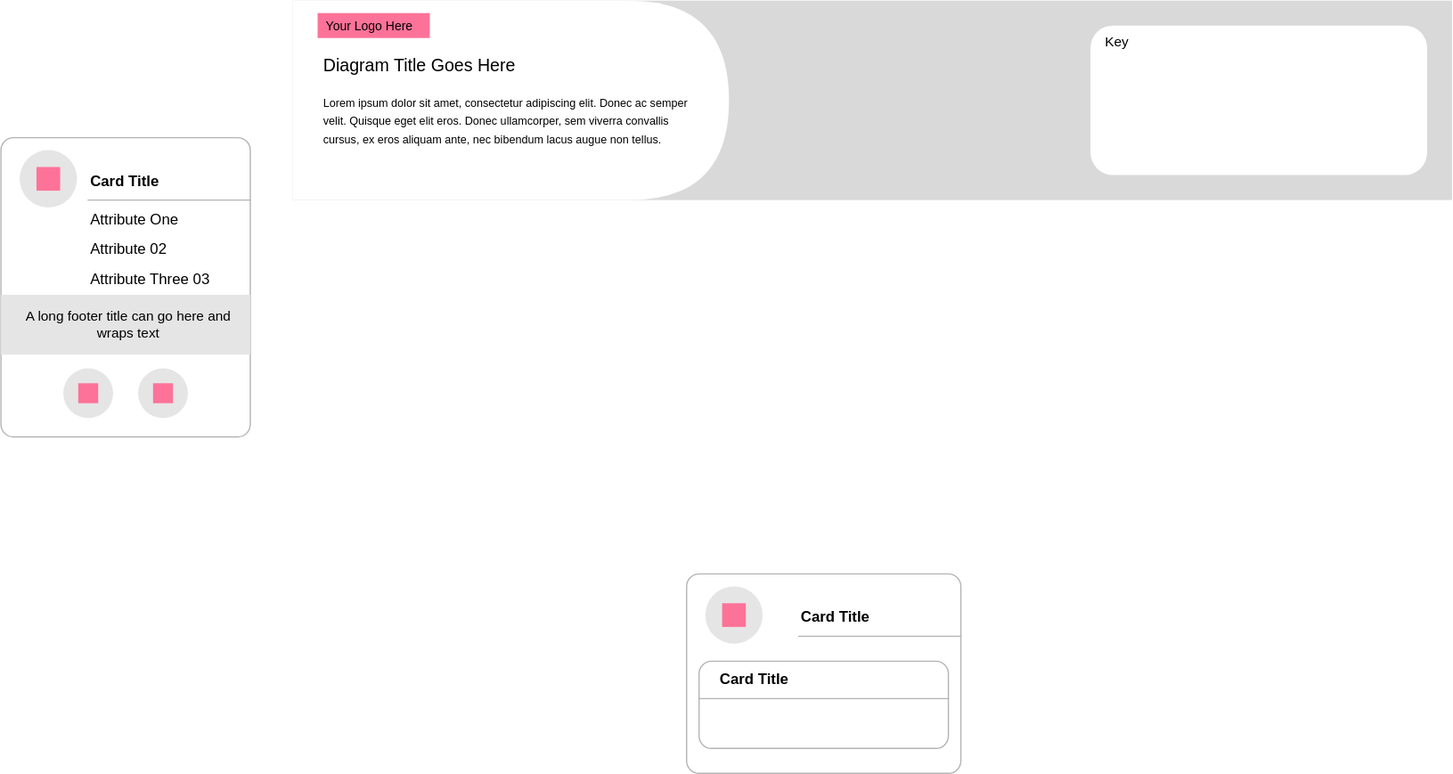
gopal100501/docs_okf_v1 keeps this draw.io diagram as Diagram v2.drawio.svg. Above is the earlier version. Source tidied: cells renumbered, new cells last; positions are measured from the earlier drawing's top-left corner, leaving out a move shared by most shapes.
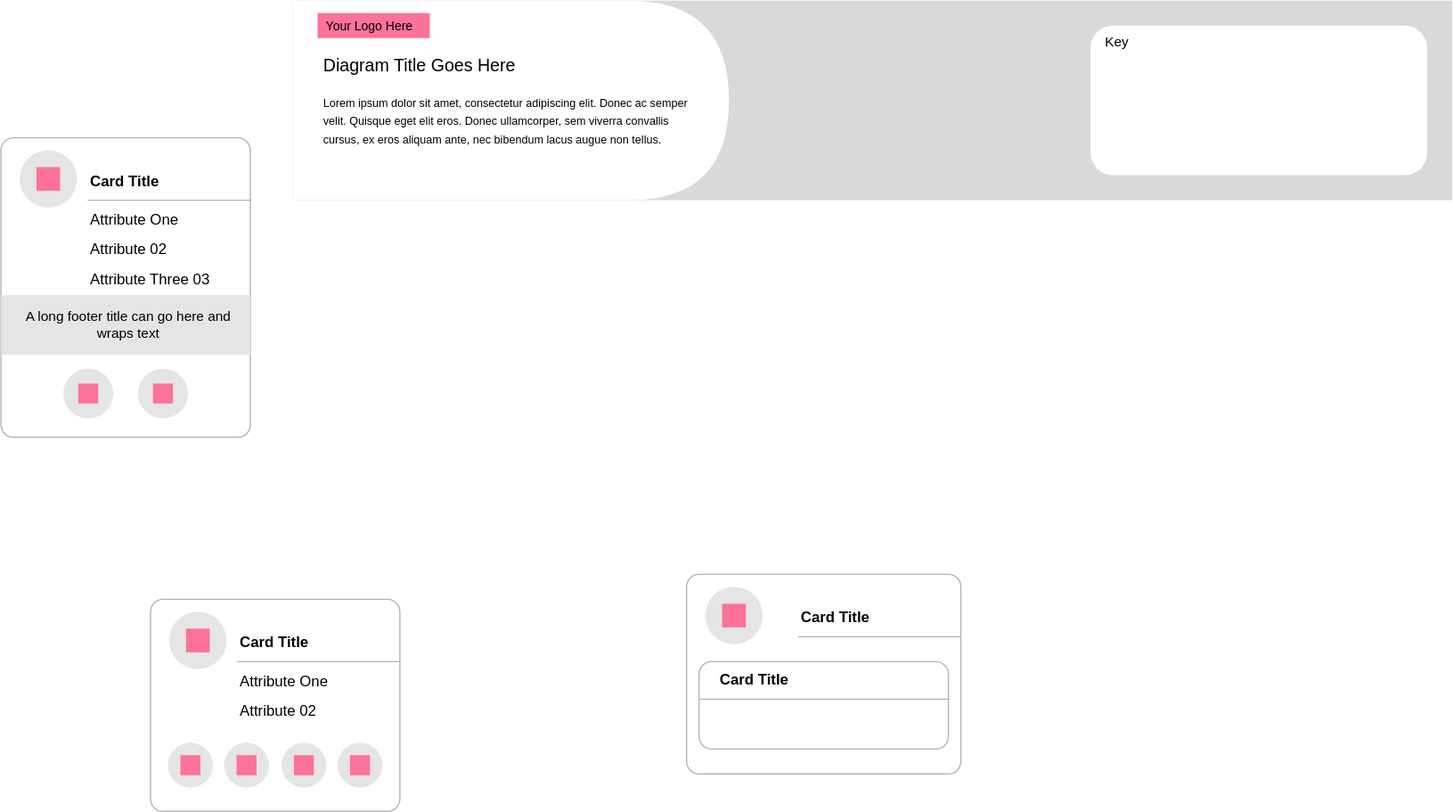
After the commit.

Diff of the diagram source:
```diff
@@ -107,5 +107,73 @@
     <mxCell id="24" value="Card Title" style="shape=partialRectangle;whiteSpace=wrap;html=1;top=0;left=0;fillColor=none;right=0;fontStyle=1;align=left;strokeColor=#B3B3B3;spacingLeft=15;" parent="23" vertex="1">
       <mxGeometry width="200" height="30" relative="1" as="geometry" />
     </mxCell>
+    <mxCell id="25" style="rounded=1;whiteSpace=wrap;html=1;strokeColor=#B3B3B3;arcSize=20;absoluteArcSize=1;" parent="1" vertex="1">
+      <mxGeometry x="120" y="480" width="200" height="170" as="geometry" />
+    </mxCell>
+    <mxCell id="26" style="ellipse;whiteSpace=wrap;html=1;strokeColor=none;fillColor=#e5e5e5;" parent="25" vertex="1">
+      <mxGeometry width="46" height="46" relative="1" as="geometry">
+        <mxPoint x="15" y="10" as="offset" />
+      </mxGeometry>
+    </mxCell>
+    <mxCell id="27" style="html=1;strokeColor=none;fillColor=#fd7298;" parent="26" vertex="1">
+      <mxGeometry x="0.5" y="0.5" width="19" height="19" relative="1" as="geometry">
+        <mxPoint x="-9.5" y="-9.5" as="offset" />
+      </mxGeometry>
+    </mxCell>
+    <mxCell id="28" value="Card Title" style="shape=partialRectangle;whiteSpace=wrap;html=1;top=0;left=0;fillColor=none;right=0;fontStyle=1;align=left;strokeColor=#B3B3B3;" parent="25" vertex="1">
+      <mxGeometry x="1" width="130" height="30" relative="1" as="geometry">
+        <mxPoint x="-130" y="20" as="offset" />
+      </mxGeometry>
+    </mxCell>
+    <mxCell id="29" value="Attribute One" style="text;html=1;strokeColor=none;fillColor=none;align=left;verticalAlign=middle;whiteSpace=wrap;rounded=0;" parent="25" vertex="1">
+      <mxGeometry x="1" width="130" height="24" relative="1" as="geometry">
+        <mxPoint x="-130" y="54" as="offset" />
+      </mxGeometry>
+    </mxCell>
+    <mxCell id="30" value="Attribute 02" style="text;html=1;strokeColor=none;fillColor=none;align=left;verticalAlign=middle;whiteSpace=wrap;rounded=0;" parent="25" vertex="1">
+      <mxGeometry x="1" width="130" height="24" relative="1" as="geometry">
+        <mxPoint x="-130" y="78" as="offset" />
+      </mxGeometry>
+    </mxCell>
+    <mxCell id="31" style="ellipse;whiteSpace=wrap;html=1;strokeColor=none;fillColor=#e5e5e5;" parent="25" vertex="1">
+      <mxGeometry x="0.5" y="1" width="36" height="36" relative="1" as="geometry">
+        <mxPoint x="-86" y="-55" as="offset" />
+      </mxGeometry>
+    </mxCell>
+    <mxCell id="32" style="html=1;strokeColor=none;fillColor=#fd7298;" parent="31" vertex="1">
+      <mxGeometry x="0.5" y="0.5" width="16" height="16" relative="1" as="geometry">
+        <mxPoint x="-8" y="-8" as="offset" />
+      </mxGeometry>
+    </mxCell>
+    <mxCell id="33" style="ellipse;whiteSpace=wrap;html=1;strokeColor=none;fillColor=#e5e5e5;" parent="25" vertex="1">
+      <mxGeometry x="0.5" y="1" width="36" height="36" relative="1" as="geometry">
+        <mxPoint x="-41" y="-55" as="offset" />
+      </mxGeometry>
+    </mxCell>
+    <mxCell id="34" style="html=1;strokeColor=none;fillColor=#fd7298;" parent="33" vertex="1">
+      <mxGeometry x="0.5" y="0.5" width="16" height="16" relative="1" as="geometry">
+        <mxPoint x="-8" y="-8" as="offset" />
+      </mxGeometry>
+    </mxCell>
+    <mxCell id="35" style="ellipse;whiteSpace=wrap;html=1;strokeColor=none;fillColor=#e5e5e5;" parent="25" vertex="1">
+      <mxGeometry x="0.5" y="1" width="36" height="36" relative="1" as="geometry">
+        <mxPoint x="5" y="-55" as="offset" />
+      </mxGeometry>
+    </mxCell>
+    <mxCell id="36" style="html=1;strokeColor=none;fillColor=#fd7298;" parent="35" vertex="1">
+      <mxGeometry x="0.5" y="0.5" width="16" height="16" relative="1" as="geometry">
+        <mxPoint x="-8" y="-8" as="offset" />
+      </mxGeometry>
+    </mxCell>
+    <mxCell id="37" style="ellipse;whiteSpace=wrap;html=1;strokeColor=none;fillColor=#e5e5e5;" parent="25" vertex="1">
+      <mxGeometry x="0.5" y="1" width="36" height="36" relative="1" as="geometry">
+        <mxPoint x="50" y="-55" as="offset" />
+      </mxGeometry>
+    </mxCell>
+    <mxCell id="38" style="html=1;strokeColor=none;fillColor=#fd7298;" parent="37" vertex="1">
+      <mxGeometry x="0.5" y="0.5" width="16" height="16" relative="1" as="geometry">
+        <mxPoint x="-8" y="-8" as="offset" />
+      </mxGeometry>
+    </mxCell>
   </root>
 </mxGraphModel>
```
